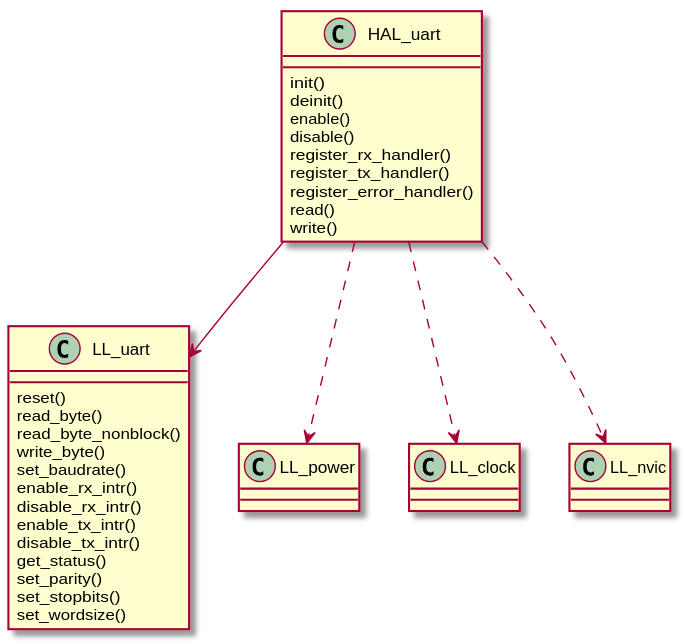
This is docs/source/assets/images/uart.svg from onkwon/halmcu, a PlantUML export, as it was before one commit. Source of this version:
```plantuml
@startuml
class HAL_uart {
	init()
	deinit()
	enable()
	disable()
	register_rx_handler()
	register_tx_handler()
	register_error_handler()
	read()
	write()
}

class LL_uart {
	reset()
	read_byte()
	read_byte_nonblock()
	write_byte()
	set_baudrate()
	enable_rx_intr()
	disable_rx_intr()
	enable_tx_intr()
	disable_tx_intr()
	get_status()
	set_parity()
	set_stopbits()
	set_wordsize()
}

HAL_uart --> LL_uart
HAL_uart ..> LL_power
HAL_uart ..> LL_clock
HAL_uart ..> LL_nvic
@enduml
```
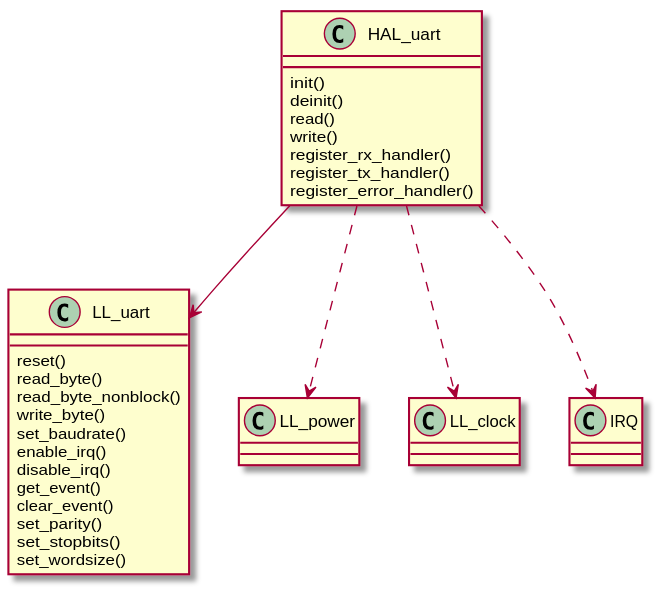
After the change.

Diff of the diagram source:
```diff
@@ -2,13 +2,11 @@
 class HAL_uart {
 	init()
 	deinit()
-	enable()
-	disable()
+	read()
+	write()
 	register_rx_handler()
 	register_tx_handler()
 	register_error_handler()
-	read()
-	write()
 }
 
 class LL_uart {
@@ -17,11 +15,10 @@
 	read_byte_nonblock()
 	write_byte()
 	set_baudrate()
-	enable_rx_intr()
-	disable_rx_intr()
-	enable_tx_intr()
-	disable_tx_intr()
-	get_status()
+	enable_irq()
+	disable_irq()
+	get_event()
+	clear_event()
 	set_parity()
 	set_stopbits()
 	set_wordsize()
@@ -30,5 +27,5 @@
 HAL_uart --> LL_uart
 HAL_uart ..> LL_power
 HAL_uart ..> LL_clock
-HAL_uart ..> LL_nvic
+HAL_uart ..> IRQ
 @enduml
```
